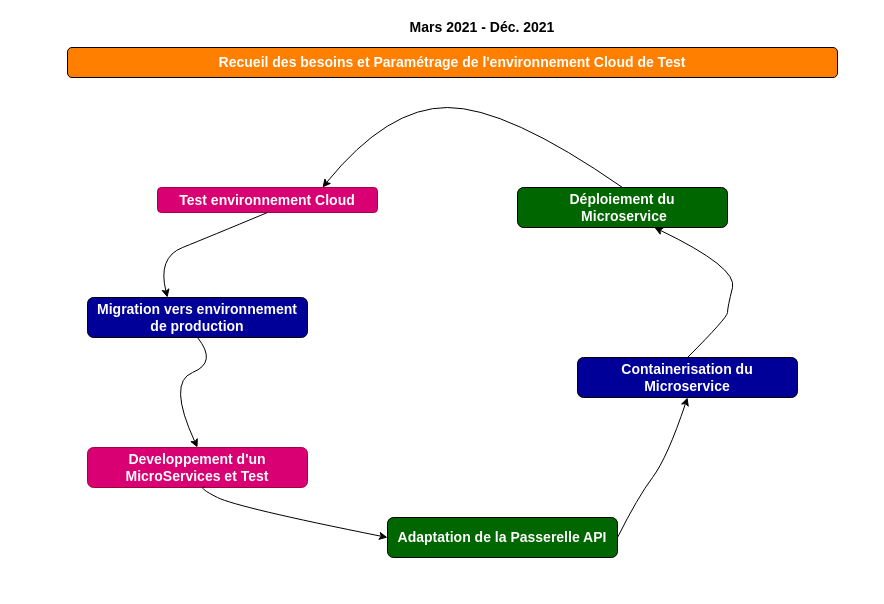
Above: page "CalendrierRealisation_Astra" (9 of 9) of AstraComponentDiagr.drawio in Lamessolo/ProjetLeadTech (draw.io), before the change. Source tidied: cells renumbered, new cells numbered last; positions are measured from the earlier drawing's top-left corner, leaving out a move shared by most shapes. Both pictures are drawn from the tidied source at 100%, with x=0, y=0 at pixel (67, 17).
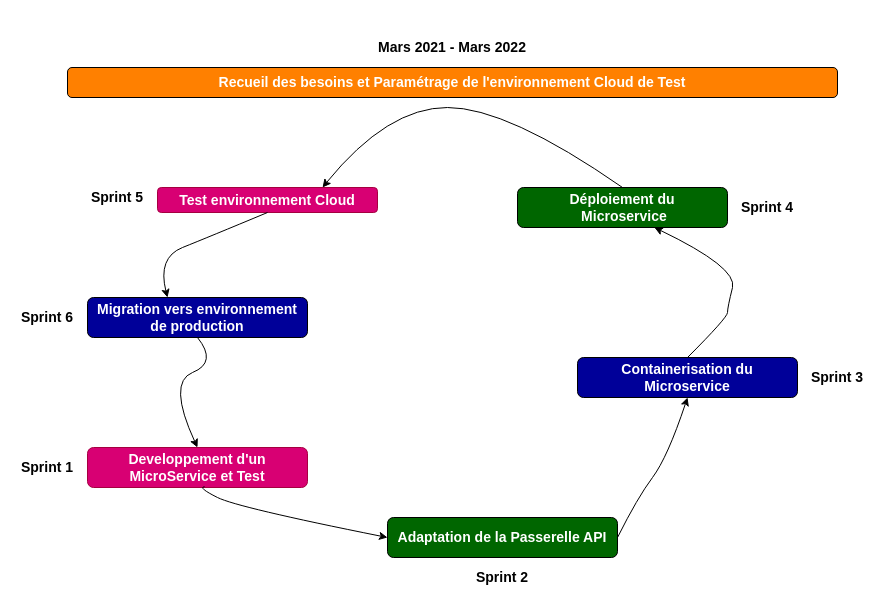
After the change.

The edit, as a diff of the source:
```diff
@@
     <mxCell id="3" value="&lt;font color=&quot;#ffffff&quot;&gt;&lt;span style=&quot;font-size: 14px&quot;&gt;&lt;b&gt;Recueil des besoins et Paramétrage&amp;nbsp;de l'environnement Cloud de Test&lt;/b&gt;&lt;/span&gt;&lt;/font&gt;" style="rounded=1;whiteSpace=wrap;html=1;fillColor=#FF8000;" parent="1" vertex="1">
-      <mxGeometry y="30" width="770" height="30" as="geometry" />
+      <mxGeometry y="50" width="770" height="30" as="geometry" />
     </mxCell>
-    <mxCell id="4" value="&lt;b&gt;&lt;font style=&quot;font-size: 14px&quot; color=&quot;#ffffff&quot;&gt;Developpement d'un MicroServices et Test&lt;br&gt;&lt;/font&gt;&lt;/b&gt;" style="rounded=1;whiteSpace=wrap;html=1;fillColor=#d80073;strokeColor=#A50040;fontColor=#ffffff;" parent="1" vertex="1">
+    <mxCell id="4" value="&lt;b&gt;&lt;font style=&quot;font-size: 14px&quot; color=&quot;#ffffff&quot;&gt;Developpement d'un MicroService et Test&lt;br&gt;&lt;/font&gt;&lt;/b&gt;" style="rounded=1;whiteSpace=wrap;html=1;fillColor=#d80073;strokeColor=#A50040;fontColor=#ffffff;" parent="1" vertex="1">
       <mxGeometry x="20" y="430" width="220" height="40" as="geometry" />
     </mxCell>
@@
-    <mxCell id="15" value="&lt;b&gt;&lt;font style=&quot;font-size: 14px&quot;&gt;Mars 2021 - Déc. 2021&lt;/font&gt;&lt;/b&gt;" style="text;html=1;strokeColor=none;fillColor=none;align=center;verticalAlign=middle;whiteSpace=wrap;rounded=0;" parent="1" vertex="1">
-      <mxGeometry x="320" width="190" height="20" as="geometry" />
+    <mxCell id="15" value="&lt;b&gt;&lt;font style=&quot;font-size: 14px&quot;&gt;Mars 2021 - Mars 2022&lt;/font&gt;&lt;/b&gt;" style="text;html=1;strokeColor=none;fillColor=none;align=center;verticalAlign=middle;whiteSpace=wrap;rounded=0;" parent="1" vertex="1">
+      <mxGeometry x="290" y="20" width="190" height="20" as="geometry" />
     </mxCell>
+    <mxCell id="16" value="&lt;b&gt;&lt;font style=&quot;font-size: 14px&quot;&gt;Sprint 1&lt;/font&gt;&lt;/b&gt;" style="text;html=1;strokeColor=none;fillColor=none;align=center;verticalAlign=middle;whiteSpace=wrap;rounded=0;" parent="1" vertex="1">
+      <mxGeometry x="-50" y="440" width="60" height="20" as="geometry" />
+    </mxCell>
+    <mxCell id="17" value="&lt;b&gt;&lt;font style=&quot;font-size: 14px&quot;&gt;Sprint 2&lt;/font&gt;&lt;/b&gt;" style="text;html=1;strokeColor=none;fillColor=none;align=center;verticalAlign=middle;whiteSpace=wrap;rounded=0;" parent="1" vertex="1">
+      <mxGeometry x="405" y="550" width="60" height="20" as="geometry" />
+    </mxCell>
+    <mxCell id="18" value="&lt;b&gt;&lt;font style=&quot;font-size: 14px&quot;&gt;Sprint 3&lt;/font&gt;&lt;/b&gt;" style="text;html=1;strokeColor=none;fillColor=none;align=center;verticalAlign=middle;whiteSpace=wrap;rounded=0;" parent="1" vertex="1">
+      <mxGeometry x="740" y="350" width="60" height="20" as="geometry" />
+    </mxCell>
+    <mxCell id="19" value="&lt;b&gt;&lt;font style=&quot;font-size: 14px&quot;&gt;Sprint 4&lt;/font&gt;&lt;/b&gt;" style="text;html=1;strokeColor=none;fillColor=none;align=center;verticalAlign=middle;whiteSpace=wrap;rounded=0;" parent="1" vertex="1">
+      <mxGeometry x="670" y="180" width="60" height="20" as="geometry" />
+    </mxCell>
+    <mxCell id="20" value="&lt;b&gt;&lt;font style=&quot;font-size: 14px&quot;&gt;Sprint 5&lt;/font&gt;&lt;/b&gt;" style="text;html=1;strokeColor=none;fillColor=none;align=center;verticalAlign=middle;whiteSpace=wrap;rounded=0;" parent="1" vertex="1">
+      <mxGeometry x="20" y="170" width="60" height="20" as="geometry" />
+    </mxCell>
+    <mxCell id="21" value="&lt;b&gt;&lt;font style=&quot;font-size: 14px&quot;&gt;Sprint 6&lt;/font&gt;&lt;/b&gt;" style="text;html=1;strokeColor=none;fillColor=none;align=center;verticalAlign=middle;whiteSpace=wrap;rounded=0;" parent="1" vertex="1">
+      <mxGeometry x="-50" y="290" width="60" height="20" as="geometry" />
+    </mxCell>
```
